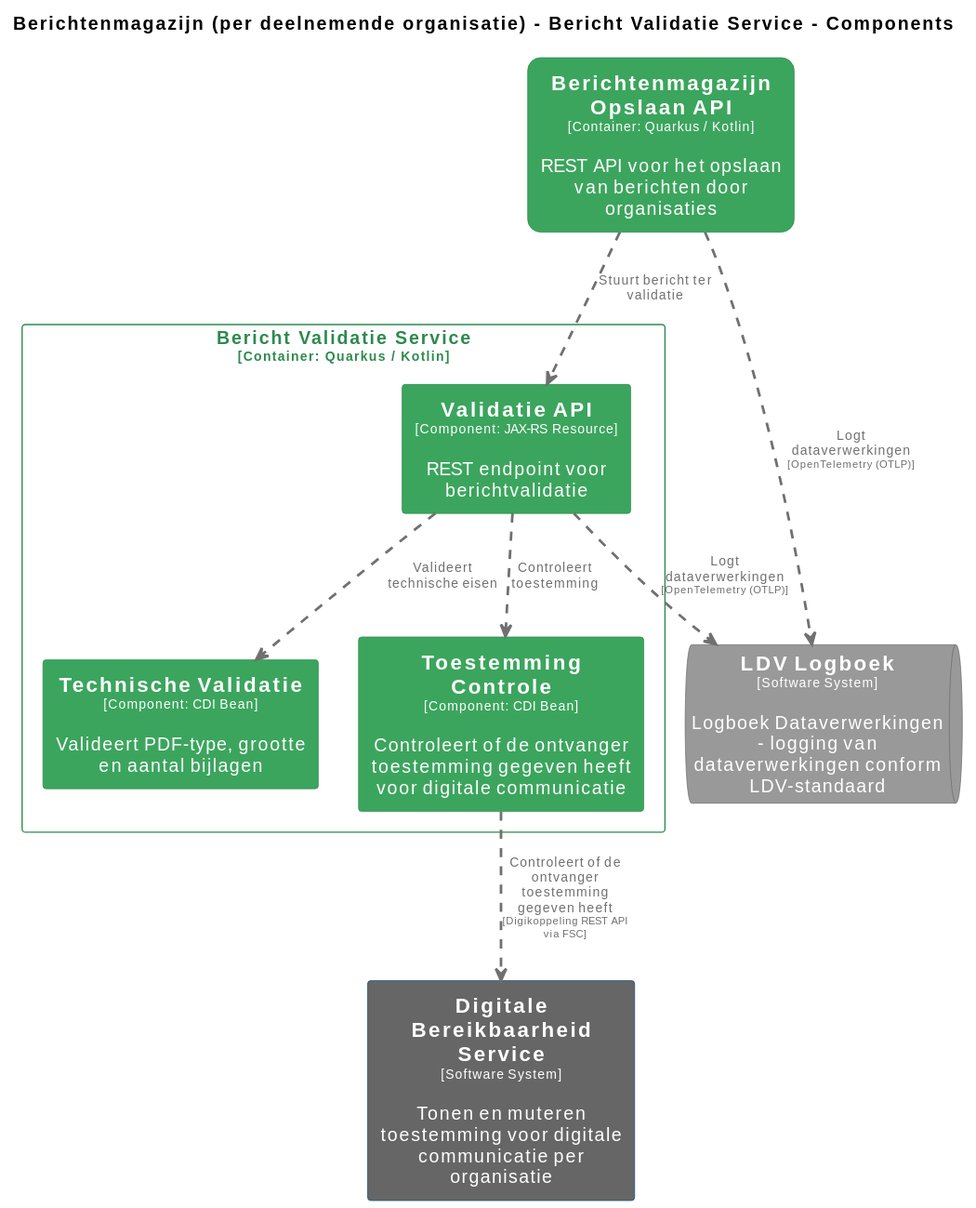
MinBZK/moza-poc-fbs-berichtenbox keeps this PlantUML diagram as master/svg/BerichtValidatieComponenten.svg. Above is the earlier version. Its source is kept beside it as master/puml/BerichtValidatieComponenten.puml.
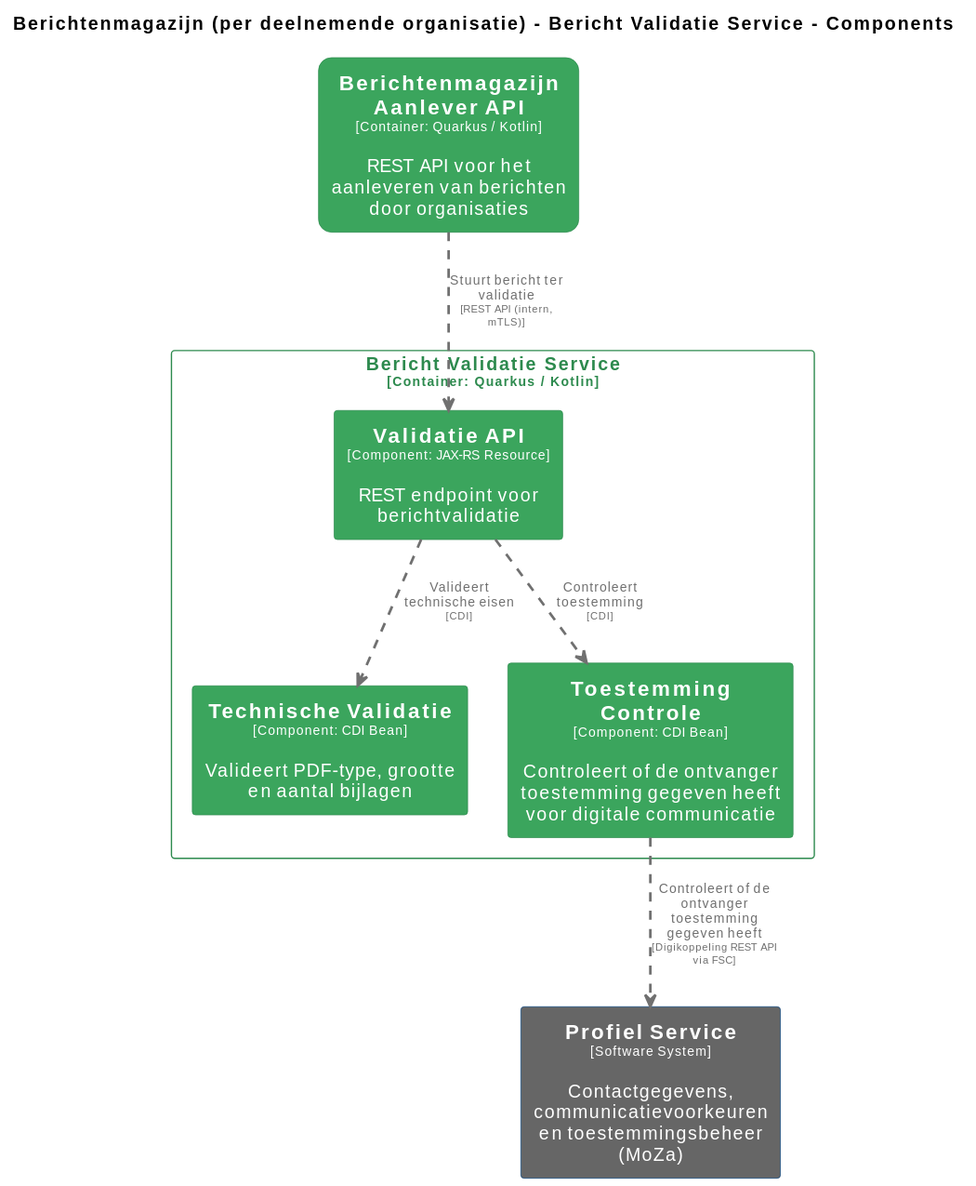
After the commit.

The edit, as a diff of the source:
```diff
@@ -15,23 +15,17 @@
 
 hide stereotype
 
-skinparam rectangle<<Berichtenmagazijnperdeelnemendeorganisatie.BerichtenmagazijnOpslaanAPI>> {
+skinparam rectangle<<Berichtenmagazijnperdeelnemendeorganisatie.BerichtenmagazijnAanleverAPI>> {
   BackgroundColor #3ba55d
   FontColor #ffffff
   BorderColor #2d8a4e
   roundCorner 20
   shadowing false
 }
-skinparam rectangle<<DigitaleBereikbaarheidService>> {
+skinparam rectangle<<ProfielService>> {
   BackgroundColor #666666
   FontColor #ffffff
   BorderColor #0b4884
-  shadowing false
-}
-skinparam queue<<LDVLogboek>> {
-  BackgroundColor #999999
-  FontColor #ffffff
-  BorderColor #6b6b6b
   shadowing false
 }
 skinparam rectangle<<Berichtenmagazijnperdeelnemendeorganisatie.BerichtValidatieService.TechnischeValidatie>> {
@@ -58,9 +52,8 @@
   shadowing false
 }
 
-rectangle "==Digitale Bereikbaarheid Service\n<size:10>[Software System]</size>\n\nTonen en muteren toestemming voor digitale communicatie per organisatie" <<DigitaleBereikbaarheidService>> as DigitaleBereikbaarheidService
-rectangle "==Berichtenmagazijn Opslaan API\n<size:10>[Container: Quarkus / Kotlin]</size>\n\nREST API voor het opslaan van berichten door organisaties" <<Berichtenmagazijnperdeelnemendeorganisatie.BerichtenmagazijnOpslaanAPI>> as Berichtenmagazijnperdeelnemendeorganisatie.BerichtenmagazijnOpslaanAPI
-queue "==LDV Logboek\n<size:10>[Software System]</size>\n\nLogboek Dataverwerkingen - logging van dataverwerkingen conform LDV-standaard" <<LDVLogboek>> as LDVLogboek
+rectangle "==Profiel Service\n<size:10>[Software System]</size>\n\nContactgegevens, communicatievoorkeuren en toestemmingsbeheer (MoZa)" <<ProfielService>> as ProfielService
+rectangle "==Berichtenmagazijn Aanlever API\n<size:10>[Container: Quarkus / Kotlin]</size>\n\nREST API voor het aanleveren van berichten door organisaties" <<Berichtenmagazijnperdeelnemendeorganisatie.BerichtenmagazijnAanleverAPI>> as Berichtenmagazijnperdeelnemendeorganisatie.BerichtenmagazijnAanleverAPI
 
 rectangle "Bericht Validatie Service\n<size:10>[Container: Quarkus / Kotlin]</size>" <<Berichtenmagazijnperdeelnemendeorganisatie.BerichtValidatieService>> {
   rectangle "==Validatie API\n<size:10>[Component: JAX-RS Resource]</size>\n\nREST endpoint voor berichtvalidatie" <<Berichtenmagazijnperdeelnemendeorganisatie.BerichtValidatieService.ValidatieAPI>> as Berichtenmagazijnperdeelnemendeorganisatie.BerichtValidatieService.ValidatieAPI
@@ -68,10 +61,8 @@
   rectangle "==Toestemming Controle\n<size:10>[Component: CDI Bean]</size>\n\nControleert of de ontvanger toestemming gegeven heeft voor digitale communicatie" <<Berichtenmagazijnperdeelnemendeorganisatie.BerichtValidatieService.ToestemmingControle>> as Berichtenmagazijnperdeelnemendeorganisatie.BerichtValidatieService.ToestemmingControle
 }
 
-Berichtenmagazijnperdeelnemendeorganisatie.BerichtValidatieService.ValidatieAPI .[#707070,thickness=2].> LDVLogboek : "<color:#707070>Logt dataverwerkingen\n<color:#707070><size:8>[OpenTelemetry (OTLP)]</size>"
-Berichtenmagazijnperdeelnemendeorganisatie.BerichtValidatieService.ValidatieAPI .[#707070,thickness=2].> Berichtenmagazijnperdeelnemendeorganisatie.BerichtValidatieService.TechnischeValidatie : "<color:#707070>Valideert technische eisen"
-Berichtenmagazijnperdeelnemendeorganisatie.BerichtValidatieService.ValidatieAPI .[#707070,thickness=2].> Berichtenmagazijnperdeelnemendeorganisatie.BerichtValidatieService.ToestemmingControle : "<color:#707070>Controleert toestemming"
-Berichtenmagazijnperdeelnemendeorganisatie.BerichtenmagazijnOpslaanAPI .[#707070,thickness=2].> Berichtenmagazijnperdeelnemendeorganisatie.BerichtValidatieService.ValidatieAPI : "<color:#707070>Stuurt bericht ter validatie"
-Berichtenmagazijnperdeelnemendeorganisatie.BerichtValidatieService.ToestemmingControle .[#707070,thickness=2].> DigitaleBereikbaarheidService : "<color:#707070>Controleert of de ontvanger toestemming gegeven heeft\n<color:#707070><size:8>[Digikoppeling REST API via FSC]</size>"
-Berichtenmagazijnperdeelnemendeorganisatie.BerichtenmagazijnOpslaanAPI .[#707070,thickness=2].> LDVLogboek : "<color:#707070>Logt dataverwerkingen\n<color:#707070><size:8>[OpenTelemetry (OTLP)]</size>"
+Berichtenmagazijnperdeelnemendeorganisatie.BerichtValidatieService.ToestemmingControle .[#707070,thickness=2].> ProfielService : "<color:#707070>Controleert of de ontvanger toestemming gegeven heeft\n<color:#707070><size:8>[Digikoppeling REST API via FSC]</size>"
+Berichtenmagazijnperdeelnemendeorganisatie.BerichtValidatieService.ValidatieAPI .[#707070,thickness=2].> Berichtenmagazijnperdeelnemendeorganisatie.BerichtValidatieService.TechnischeValidatie : "<color:#707070>Valideert technische eisen\n<color:#707070><size:8>[CDI]</size>"
+Berichtenmagazijnperdeelnemendeorganisatie.BerichtValidatieService.ValidatieAPI .[#707070,thickness=2].> Berichtenmagazijnperdeelnemendeorganisatie.BerichtValidatieService.ToestemmingControle : "<color:#707070>Controleert toestemming\n<color:#707070><size:8>[CDI]</size>"
+Berichtenmagazijnperdeelnemendeorganisatie.BerichtenmagazijnAanleverAPI .[#707070,thickness=2].> Berichtenmagazijnperdeelnemendeorganisatie.BerichtValidatieService.ValidatieAPI : "<color:#707070>Stuurt bericht ter validatie\n<color:#707070><size:8>[REST API (intern, mTLS)]</size>"
 @enduml
```
